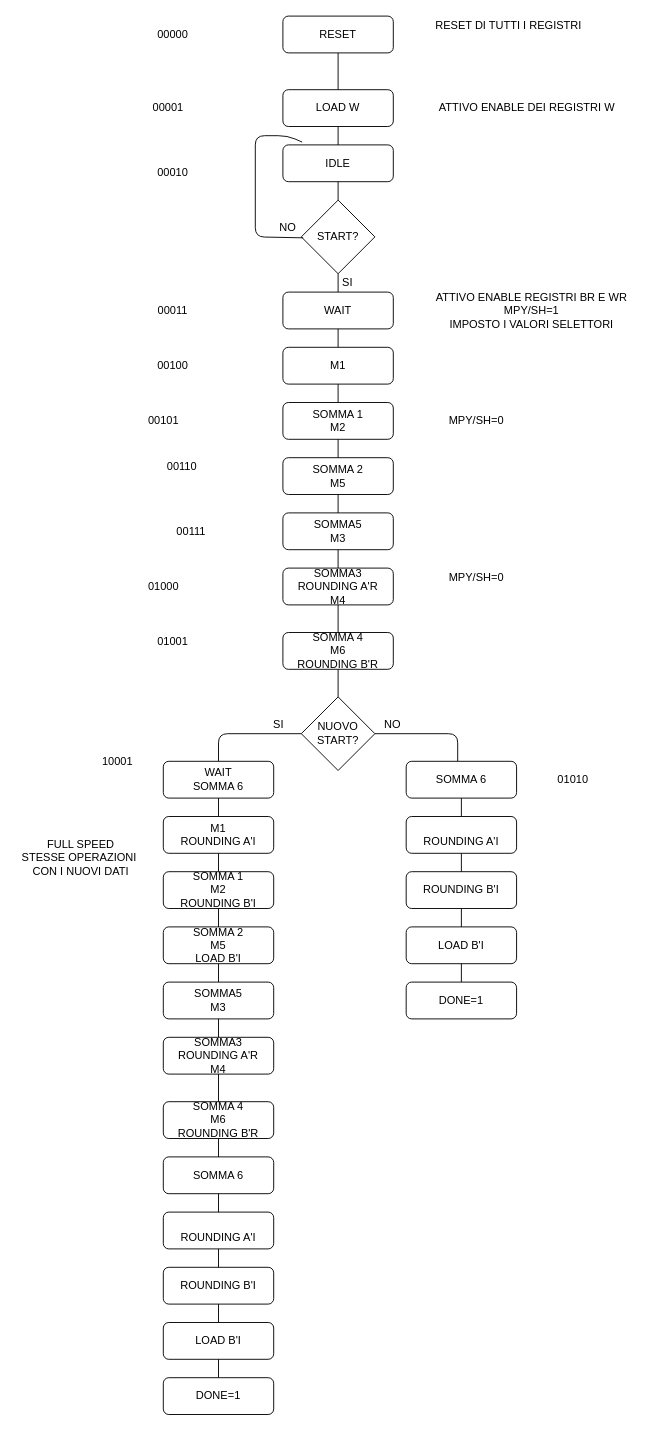
Above: butterfly/drawio/pallogramma butterfly.drawio in wackozz/SDI_20_21 (draw.io), before the change. Source tidied: cells renumbered, new cells numbered last; positions are measured from the earlier drawing's top-left corner, leaving out a move shared by most shapes. Both pictures are drawn from the tidied source at 92%, with x=0, y=0 at pixel (16, 16).
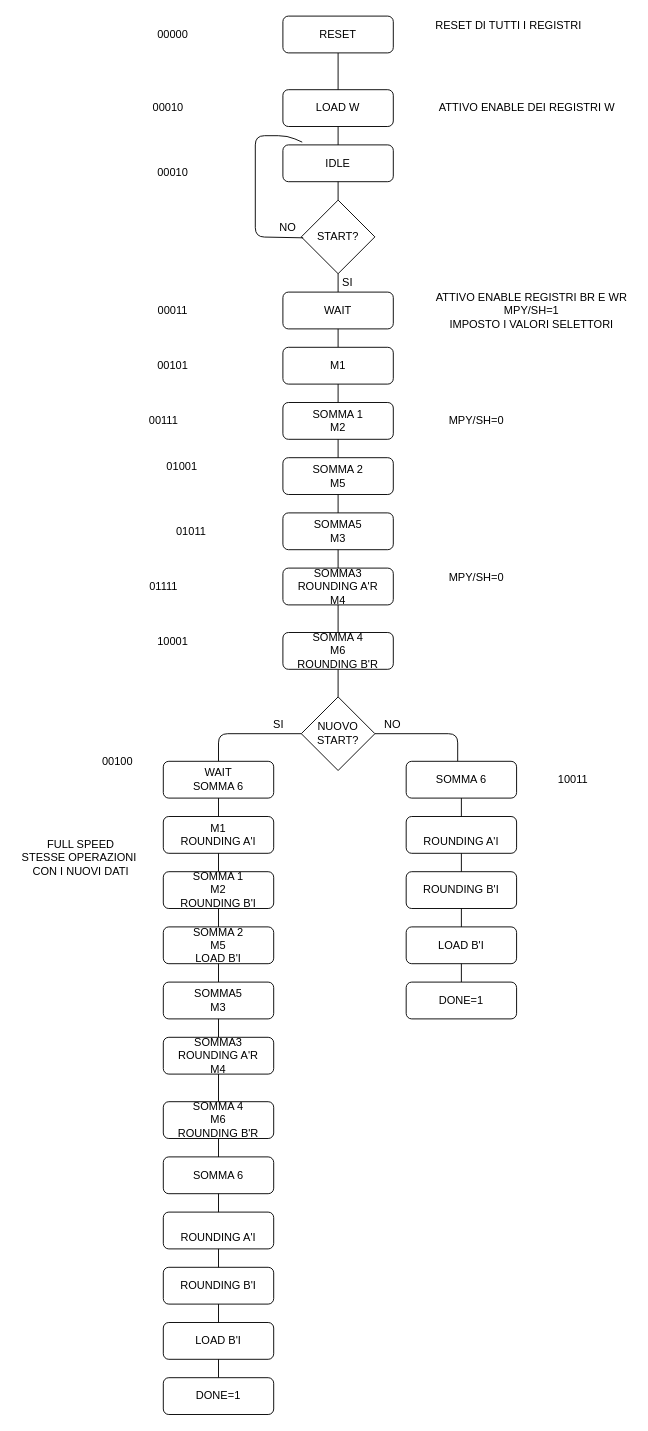
The same page after the edit.

What changed in the source:
```diff
@@
-    <mxCell id="70" value="00001" style="text;html=1;align=center;verticalAlign=middle;" parent="1" vertex="1">
+    <mxCell id="70" value="00010" style="text;html=1;align=center;verticalAlign=middle;" parent="1" vertex="1">
       <mxGeometry x="140" y="90" width="50" height="20" as="geometry" />
     </mxCell>
@@
-    <mxCell id="73" value="00100" style="text;html=1;align=center;verticalAlign=middle;" parent="1" vertex="1">
+    <mxCell id="73" value="00101" style="text;html=1;align=center;verticalAlign=middle;" parent="1" vertex="1">
       <mxGeometry x="145" y="370" width="50" height="20" as="geometry" />
     </mxCell>
@@
-    <mxCell id="75" value="00101" style="text;html=1;align=center;verticalAlign=middle;" parent="1" vertex="1">
+    <mxCell id="75" value="00111" style="text;html=1;align=center;verticalAlign=middle;" parent="1" vertex="1">
       <mxGeometry x="135" y="430" width="50" height="20" as="geometry" />
     </mxCell>
-    <mxCell id="76" value="00110" style="text;html=1;align=center;verticalAlign=middle;" parent="1" vertex="1">
+    <mxCell id="76" value="01001" style="text;html=1;align=center;verticalAlign=middle;" parent="1" vertex="1">
       <mxGeometry x="155" y="480" width="50" height="20" as="geometry" />
     </mxCell>
-    <mxCell id="77" value="00111" style="text;html=1;align=center;verticalAlign=middle;" parent="1" vertex="1">
+    <mxCell id="77" value="01011" style="text;html=1;align=center;verticalAlign=middle;" parent="1" vertex="1">
       <mxGeometry x="165" y="550" width="50" height="20" as="geometry" />
     </mxCell>
-    <mxCell id="78" value="01000" style="text;html=1;align=center;verticalAlign=middle;" parent="1" vertex="1">
+    <mxCell id="78" value="01111" style="text;html=1;align=center;verticalAlign=middle;" parent="1" vertex="1">
       <mxGeometry x="135" y="610" width="50" height="20" as="geometry" />
     </mxCell>
-    <mxCell id="79" value="01001" style="text;html=1;align=center;verticalAlign=middle;" parent="1" vertex="1">
+    <mxCell id="79" value="10001" style="text;html=1;align=center;verticalAlign=middle;" parent="1" vertex="1">
       <mxGeometry x="145" y="670" width="50" height="20" as="geometry" />
     </mxCell>
-    <mxCell id="80" value="01010" style="text;html=1;align=center;verticalAlign=middle;" parent="1" vertex="1">
+    <mxCell id="80" value="10011" style="text;html=1;align=center;verticalAlign=middle;" parent="1" vertex="1">
       <mxGeometry x="580" y="820" width="50" height="20" as="geometry" />
     </mxCell>
-    <mxCell id="81" value="10001" style="text;html=1;align=center;verticalAlign=middle;" parent="1" vertex="1">
+    <mxCell id="81" value="00100" style="text;html=1;align=center;verticalAlign=middle;" parent="1" vertex="1">
       <mxGeometry x="85" y="800" width="50" height="20" as="geometry" />
     </mxCell>
```
